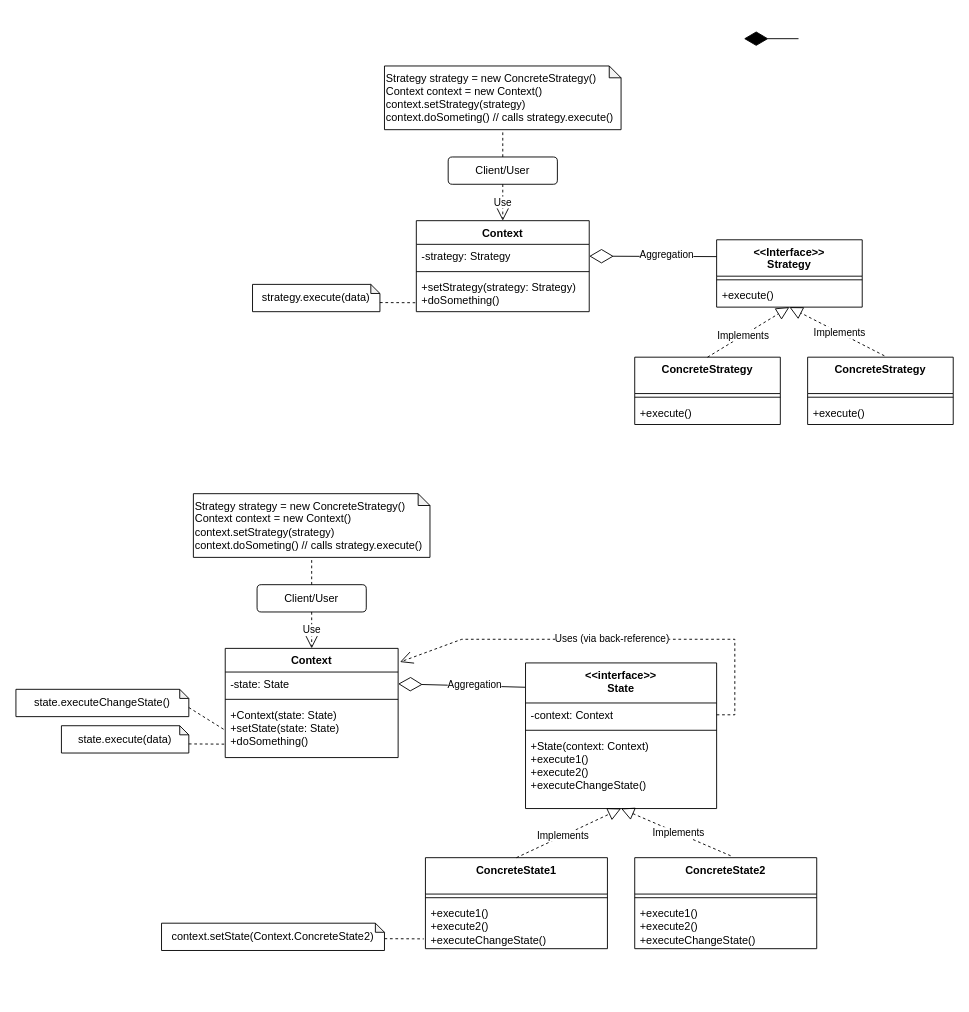
DePaulSE350/DesignPattern keeps this draw.io diagram as page "Strategy/State/Bridge" (5 of 5) of Untitled Diagram.drawio. Above is the earlier version. Source tidied: cells renumbered, new cells numbered last; positions are measured from the earlier drawing's top-left corner, leaving out a move shared by most shapes. Both pictures are drawn from the tidied source at 91%, with x=0, y=0 at pixel (15, 38).
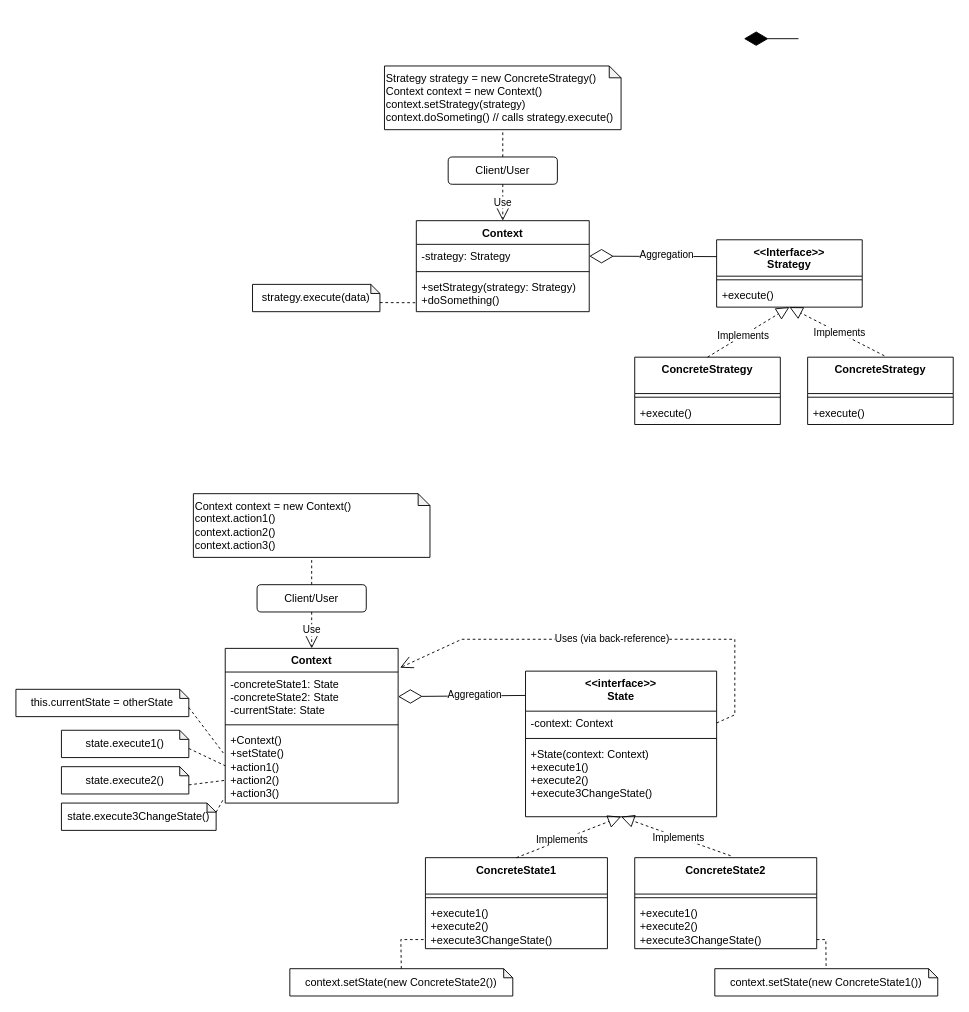
Above is the later version.

Unchanged cells that the change refers to:
```xml
<mxCell id="34" value="ConcreteState1" style="swimlane;fontStyle=1;align=center;verticalAlign=top;horizontal=1;startSize=40;whiteSpace=wrap;html=1;" parent="1" vertex="1">
  <mxGeometry x="450" y="900" width="200" height="100" as="geometry" />
</mxCell>
<mxCell id="37" value="ConcreteState2" style="swimlane;fontStyle=1;align=center;verticalAlign=top;horizontal=1;startSize=40;whiteSpace=wrap;html=1;" parent="1" vertex="1">
  <mxGeometry x="680" y="900" width="200" height="100" as="geometry" />
</mxCell>
```

The edit, as a diff of the source:
```diff
@@
     <mxCell id="28" value="Context" style="swimlane;fontStyle=1;align=center;verticalAlign=top;horizontal=1;startSize=26;whiteSpace=wrap;html=1;" parent="1" vertex="1">
-      <mxGeometry x="230" y="670" width="190" height="120" as="geometry" />
+      <mxGeometry x="230" y="670" width="190" height="170" as="geometry" />
     </mxCell>
-    <mxCell id="29" value="-state: State" style="text;strokeColor=none;fillColor=none;align=left;verticalAlign=top;spacingLeft=4;spacingRight=4;overflow=hidden;points=[[0,0.5],[1,0.5]];portConstraint=eastwest;whiteSpace=wrap;html=1;" parent="28" vertex="1">
-      <mxGeometry y="26" width="190" height="26" as="geometry" />
+    <mxCell id="29" value="-concreteState1: State&lt;div&gt;-concreteState2: State&lt;/div&gt;&lt;div&gt;-currentState: State&lt;/div&gt;" style="text;strokeColor=none;fillColor=none;align=left;verticalAlign=top;spacingLeft=4;spacingRight=4;overflow=hidden;points=[[0,0.5],[1,0.5]];portConstraint=eastwest;whiteSpace=wrap;html=1;" parent="28" vertex="1">
+      <mxGeometry y="26" width="190" height="54" as="geometry" />
     </mxCell>
     <mxCell id="30" style="line;strokeWidth=1;fillColor=none;align=left;verticalAlign=middle;spacingTop=-1;spacingLeft=3;spacingRight=3;labelPosition=right;strokeColor=inherit;" parent="28" vertex="1">
-      <mxGeometry y="52" width="190" height="8" as="geometry" />
+      <mxGeometry y="80" width="190" height="8" as="geometry" />
     </mxCell>
-    <mxCell id="31" value="&lt;div&gt;+Context(state: State)&lt;/div&gt;+setState(state: State)&lt;div&gt;+doSomething()&lt;/div&gt;" style="text;strokeColor=none;fillColor=none;align=left;verticalAlign=top;spacingLeft=4;spacingRight=4;overflow=hidden;points=[[0,0.5],[1,0.5]];portConstraint=eastwest;whiteSpace=wrap;html=1;" parent="28" vertex="1">
-      <mxGeometry y="60" width="190" height="60" as="geometry" />
+    <mxCell id="31" value="&lt;div&gt;+Context()&lt;/div&gt;+setState()&lt;div&gt;+action1()&lt;/div&gt;&lt;div&gt;+action2()&lt;/div&gt;&lt;div&gt;+action3()&lt;/div&gt;" style="text;strokeColor=none;fillColor=none;align=left;verticalAlign=top;spacingLeft=4;spacingRight=4;overflow=hidden;points=[[0,0.5],[1,0.5]];portConstraint=eastwest;whiteSpace=wrap;html=1;" parent="28" vertex="1">
+      <mxGeometry y="88" width="190" height="82" as="geometry" />
     </mxCell>
@@
-    <mxCell id="36" value="+execute1()&lt;div&gt;+execute2()&lt;/div&gt;&lt;div&gt;+executeChangeState()&lt;/div&gt;&lt;div&gt;&lt;br&gt;&lt;/div&gt;" style="text;strokeColor=none;fillColor=none;align=left;verticalAlign=top;spacingLeft=4;spacingRight=4;overflow=hidden;points=[[0,0.5],[1,0.5]];portConstraint=eastwest;whiteSpace=wrap;html=1;" parent="34" vertex="1">
+    <mxCell id="36" value="+execute1()&lt;div&gt;+execute2()&lt;/div&gt;&lt;div&gt;+execute3ChangeState()&lt;/div&gt;&lt;div&gt;&lt;br&gt;&lt;/div&gt;" style="text;strokeColor=none;fillColor=none;align=left;verticalAlign=top;spacingLeft=4;spacingRight=4;overflow=hidden;points=[[0,0.5],[1,0.5]];portConstraint=eastwest;whiteSpace=wrap;html=1;" parent="34" vertex="1">
       <mxGeometry y="48" width="200" height="52" as="geometry" />
     </mxCell>
@@
-    <mxCell id="39" value="+execute1()&lt;div&gt;+execute2()&lt;/div&gt;&lt;div&gt;+executeChangeState()&lt;/div&gt;" style="text;strokeColor=none;fillColor=none;align=left;verticalAlign=top;spacingLeft=4;spacingRight=4;overflow=hidden;whiteSpace=wrap;html=1;" parent="37" vertex="1">
+    <mxCell id="39" value="+execute1()&lt;div&gt;+execute2()&lt;/div&gt;&lt;div&gt;+execute3ChangeState()&lt;/div&gt;" style="text;strokeColor=none;fillColor=none;align=left;verticalAlign=top;spacingLeft=4;spacingRight=4;overflow=hidden;whiteSpace=wrap;html=1;" parent="37" vertex="1">
       <mxGeometry y="48" width="200" height="52" as="geometry" />
     </mxCell>
@@
-    <mxCell id="44" value="state.execute(data)" style="shape=note;whiteSpace=wrap;html=1;backgroundOutline=1;darkOpacity=0.05;size=10;" parent="1" vertex="1">
-      <mxGeometry x="50" y="755" width="140" height="30" as="geometry" />
+    <mxCell id="44" value="state.execute2()" style="shape=note;whiteSpace=wrap;html=1;backgroundOutline=1;darkOpacity=0.05;size=10;" parent="1" vertex="1">
+      <mxGeometry x="50" y="800" width="140" height="30" as="geometry" />
     </mxCell>
-    <mxCell id="45" style="endArrow=none;dashed=1;html=1;rounded=0;exitX=0;exitY=0;exitDx=140;exitDy=20;exitPerimeter=0;entryX=-0.006;entryY=0.754;entryDx=0;entryDy=0;entryPerimeter=0;" parent="1" edge="1" source="44" target="31">
-      <mxGeometry relative="1" as="geometry" />
+    <mxCell id="45" style="endArrow=none;dashed=1;html=1;rounded=0;exitX=0;exitY=0;exitDx=140;exitDy=20;exitPerimeter=0;" parent="1" edge="1" source="44">
+      <mxGeometry relative="1" as="geometry">
+        <mxPoint x="230" y="815" as="targetPoint" />
+      </mxGeometry>
     </mxCell>
-    <mxCell id="46" value="Strategy strategy = new ConcreteStrategy()&lt;div&gt;Context context = new Context()&lt;/div&gt;&lt;div&gt;context.setStrategy(strategy)&lt;/div&gt;&lt;div&gt;context.doSometing() // calls strategy.execute()&lt;/div&gt;" style="shape=note;whiteSpace=wrap;html=1;backgroundOutline=1;darkOpacity=0.05;size=13;align=left;" parent="1" vertex="1">
+    <mxCell id="46" value="&lt;div&gt;Context context = new Context()&lt;/div&gt;&lt;div&gt;context.action1()&lt;/div&gt;&lt;div&gt;context.action2()&lt;/div&gt;&lt;div&gt;context.action3()&lt;/div&gt;" style="shape=note;whiteSpace=wrap;html=1;backgroundOutline=1;darkOpacity=0.05;size=13;align=left;" parent="1" vertex="1">
       <mxGeometry x="195" y="500" width="260" height="70" as="geometry" />
     </mxCell>
@@
     <mxCell id="50" value="&amp;lt;&amp;lt;interface&amp;gt;&amp;gt;&lt;div&gt;State&lt;/div&gt;" style="swimlane;fontStyle=1;align=center;verticalAlign=top;horizontal=1;startSize=44;whiteSpace=wrap;html=1;" parent="1" vertex="1">
-      <mxGeometry x="560" y="686" width="210" height="160" as="geometry" />
+      <mxGeometry x="560" y="695" width="210" height="160" as="geometry" />
     </mxCell>
@@
-    <mxCell id="53" value="&lt;div&gt;+State(context: Context)&lt;/div&gt;&lt;div&gt;+execute1()&lt;/div&gt;&lt;div&gt;+execute2()&lt;/div&gt;&lt;div&gt;+executeChangeState()&lt;/div&gt;" style="text;strokeColor=none;fillColor=none;align=left;verticalAlign=top;spacingLeft=4;spacingRight=4;overflow=hidden;whiteSpace=wrap;html=1;" parent="50" vertex="1">
+    <mxCell id="53" value="&lt;div&gt;+State(context: Context)&lt;/div&gt;&lt;div&gt;+execute1()&lt;/div&gt;&lt;div&gt;+execute2()&lt;/div&gt;&lt;div&gt;+execute3ChangeState()&lt;/div&gt;" style="text;strokeColor=none;fillColor=none;align=left;verticalAlign=top;spacingLeft=4;spacingRight=4;overflow=hidden;whiteSpace=wrap;html=1;" parent="50" vertex="1">
       <mxGeometry y="78" width="210" height="82" as="geometry" />
     </mxCell>
@@
-    <mxCell id="55" value="context.setState(Context.ConcreteState2)" style="shape=note;whiteSpace=wrap;html=1;backgroundOutline=1;darkOpacity=0.05;size=10;" parent="1" vertex="1">
-      <mxGeometry x="160" y="972" width="245" height="30" as="geometry" />
+    <mxCell id="55" value="context.setState(new ConcreteState2())" style="shape=note;whiteSpace=wrap;html=1;backgroundOutline=1;darkOpacity=0.05;size=10;" parent="1" vertex="1">
+      <mxGeometry x="301" y="1022" width="245" height="30" as="geometry" />
     </mxCell>
-    <mxCell id="56" style="endArrow=none;dashed=1;html=1;rounded=0;exitX=1;exitY=0.567;exitDx=0;exitDy=0;exitPerimeter=0;entryX=-0.009;entryY=0.793;entryDx=0;entryDy=0;entryPerimeter=0;" parent="1" edge="1" source="55" target="36">
-      <mxGeometry relative="1" as="geometry" />
+    <mxCell id="56" style="endArrow=none;dashed=1;html=1;rounded=0;exitX=0.5;exitY=0;exitDx=0;exitDy=0;exitPerimeter=0;" parent="1" edge="1" source="55">
+      <mxGeometry relative="1" as="geometry">
+        <mxPoint x="450" y="990" as="targetPoint" />
+        <Array as="points">
+          <mxPoint x="423" y="990" />
+        </Array>
+      </mxGeometry>
     </mxCell>
-    <mxCell id="57" value="state.executeChangeState()" style="shape=note;whiteSpace=wrap;html=1;backgroundOutline=1;darkOpacity=0.05;size=10;" parent="1" vertex="1">
+    <mxCell id="57" value="this.currentState = otherState" style="shape=note;whiteSpace=wrap;html=1;backgroundOutline=1;darkOpacity=0.05;size=10;" parent="1" vertex="1">
       <mxGeometry y="715" width="190" height="30" as="geometry" />
     </mxCell>
-    <mxCell id="58" style="endArrow=none;dashed=1;html=1;rounded=0;exitX=0;exitY=0;exitDx=190;exitDy=20;exitPerimeter=0;entryX=0;entryY=0.5;entryDx=0;entryDy=0;" parent="1" edge="1" source="57" target="31">
+    <mxCell id="58" style="endArrow=none;dashed=1;html=1;rounded=0;exitX=0;exitY=0;exitDx=190;exitDy=20;exitPerimeter=0;entryX=-0.011;entryY=0.329;entryDx=0;entryDy=0;entryPerimeter=0;" parent="1" edge="1" source="57" target="31">
       <mxGeometry relative="1" as="geometry" />
     </mxCell>
+    <mxCell id="59" value="state.execute1()" style="shape=note;whiteSpace=wrap;html=1;backgroundOutline=1;darkOpacity=0.05;size=10;" parent="1" vertex="1">
+      <mxGeometry x="50" y="760" width="140" height="30" as="geometry" />
+    </mxCell>
+    <mxCell id="60" style="endArrow=none;dashed=1;html=1;rounded=0;exitX=0;exitY=0;exitDx=140;exitDy=20;exitPerimeter=0;entryX=0;entryY=0.5;entryDx=0;entryDy=0;" parent="1" edge="1" source="59" target="31">
+      <mxGeometry relative="1" as="geometry" />
+    </mxCell>
+    <mxCell id="61" value="state.execute3ChangeState()" style="shape=note;whiteSpace=wrap;html=1;backgroundOutline=1;darkOpacity=0.05;size=10;" parent="1" vertex="1">
+      <mxGeometry x="50" y="840" width="170" height="30" as="geometry" />
+    </mxCell>
+    <mxCell id="62" style="endArrow=none;dashed=1;html=1;rounded=0;exitX=0;exitY=0;exitDx=170;exitDy=10;exitPerimeter=0;entryX=-0.006;entryY=0.929;entryDx=0;entryDy=0;entryPerimeter=0;" parent="1" edge="1" source="61" target="31">
+      <mxGeometry relative="1" as="geometry" />
+    </mxCell>
+    <mxCell id="63" value="context.setState(new ConcreteState1())" style="shape=note;whiteSpace=wrap;html=1;backgroundOutline=1;darkOpacity=0.05;size=10;" parent="1" vertex="1">
+      <mxGeometry x="768" y="1022" width="245" height="30" as="geometry" />
+    </mxCell>
+    <mxCell id="64" style="endArrow=none;dashed=1;html=1;rounded=0;" parent="1" edge="1" target="63">
+      <mxGeometry relative="1" as="geometry">
+        <mxPoint x="880" y="990" as="sourcePoint" />
+        <Array as="points">
+          <mxPoint x="890" y="990" />
+        </Array>
+      </mxGeometry>
+    </mxCell>
```
